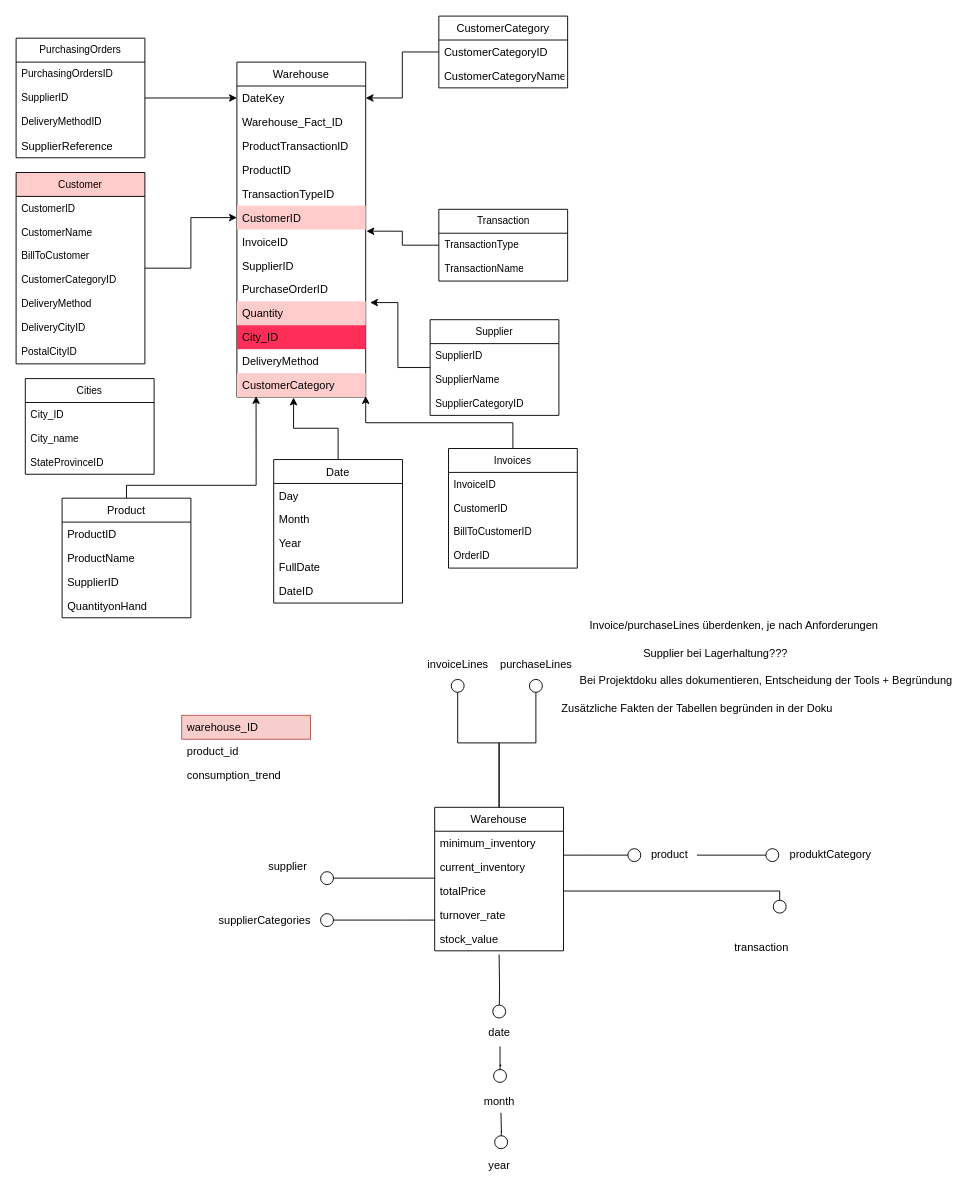
Above: page "Lagerhaltung" (5 of 7) of Datenbankmodell_Abgabe_neu.drawio in Lukas313/PR-DKE (draw.io), before the change. Source tidied: cells renumbered, new cells numbered last; positions are measured from the earlier drawing's top-left corner, leaving out a move shared by most shapes. Both pictures are drawn from the tidied source at 92%, with x=0, y=0 at pixel (16, 16).
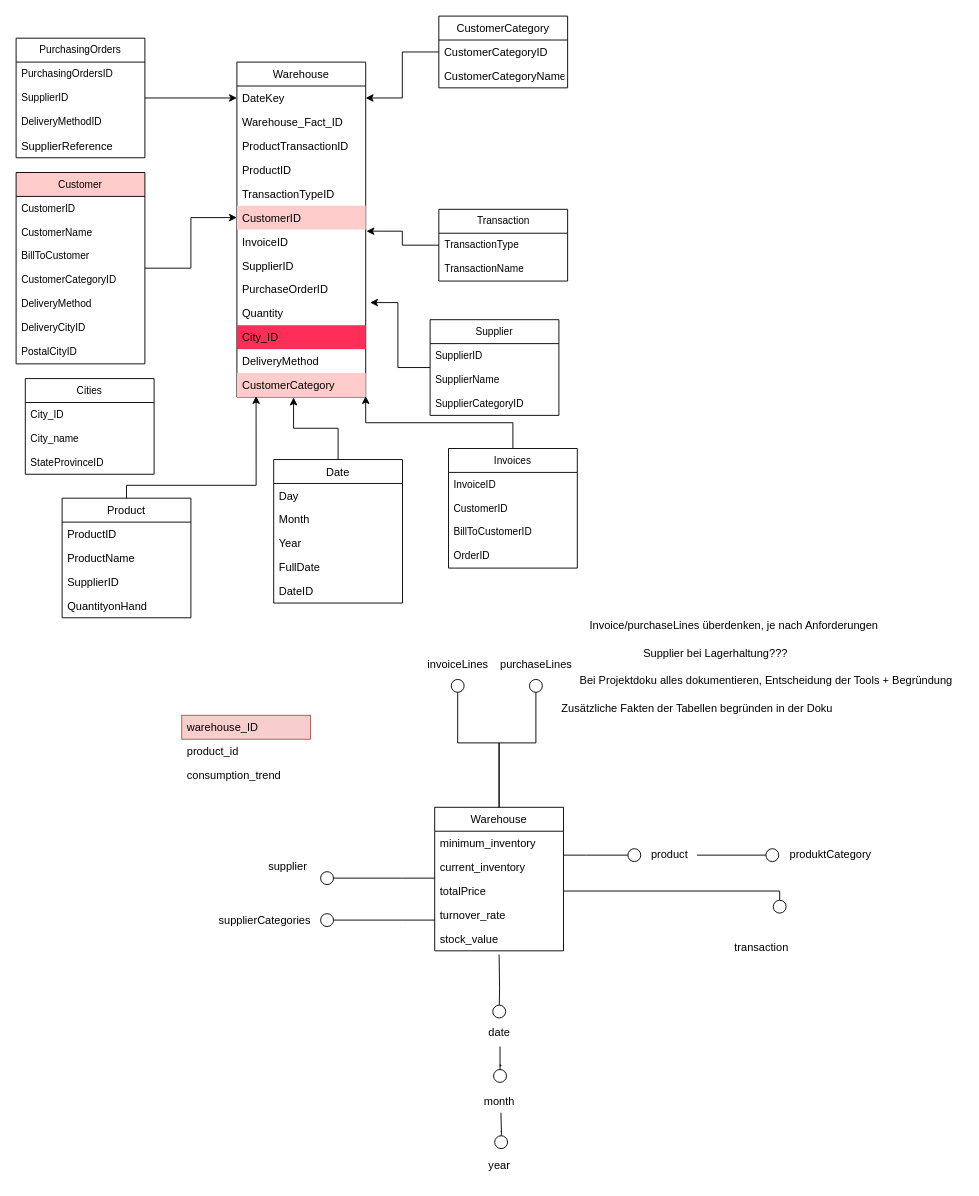
After the change.

The change refers to these unchanged cells:
```xml
<mxCell id="16" value="Warehouse" style="swimlane;fontStyle=0;horizontal=1;startSize=26;fillColor=none;" parent="1" vertex="1">
  <mxGeometry x="240" y="50" width="140" height="364" as="geometry" />
</mxCell>
```

The edit, as a diff of the source:
```diff
@@
-    <mxCell id="26" value="Quantity" style="text;strokeColor=none;fillColor=#FFCCCC;align=left;verticalAlign=top;spacingLeft=4;spacingRight=4;overflow=hidden;points=[[0,0.5],[1,0.5]];portConstraint=eastwest;" parent="16" vertex="1">
+    <mxCell id="26" value="Quantity" style="text;strokeColor=none;fillColor=none;align=left;verticalAlign=top;spacingLeft=4;spacingRight=4;overflow=hidden;points=[[0,0.5],[1,0.5]];portConstraint=eastwest;" parent="16" vertex="1">
       <mxGeometry y="260" width="140" height="26" as="geometry" />
     </mxCell>
```
